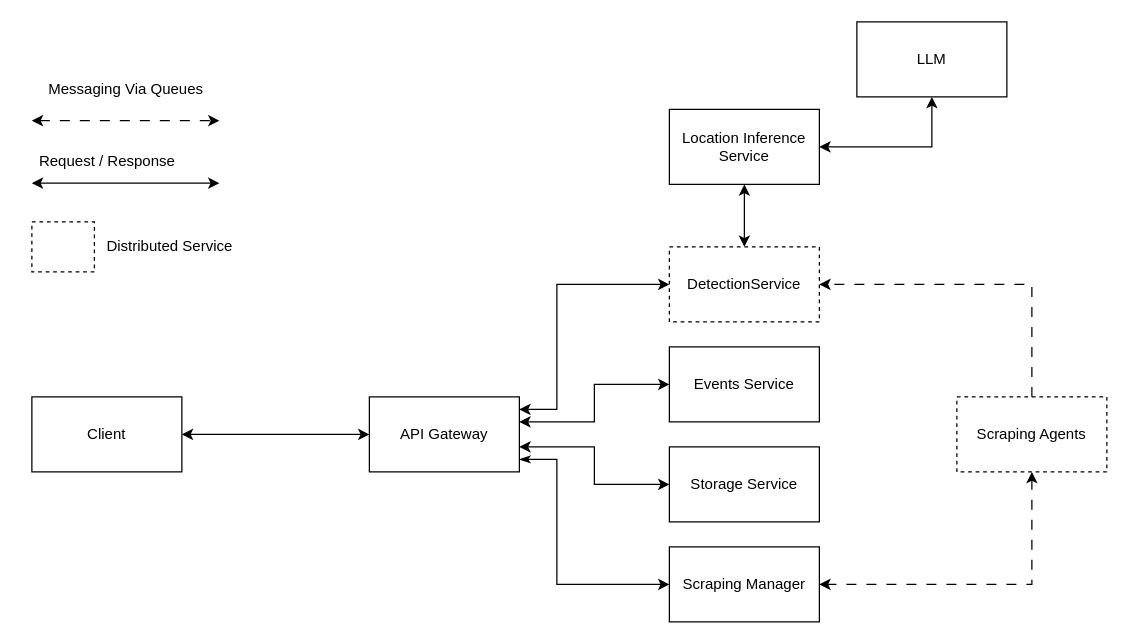
Before: page "Design-2" (4 of 12) of System Design/System Architecture.drawio in HasanKhadd0ur/GPDocs, a draw.io diagram. Source tidied: cells renumbered, new cells numbered last; positions are measured from the earlier drawing's top-left corner, leaving out a move shared by most shapes. Both pictures are drawn from the tidied source at 125%, with x=0, y=0 at pixel (25, 21).
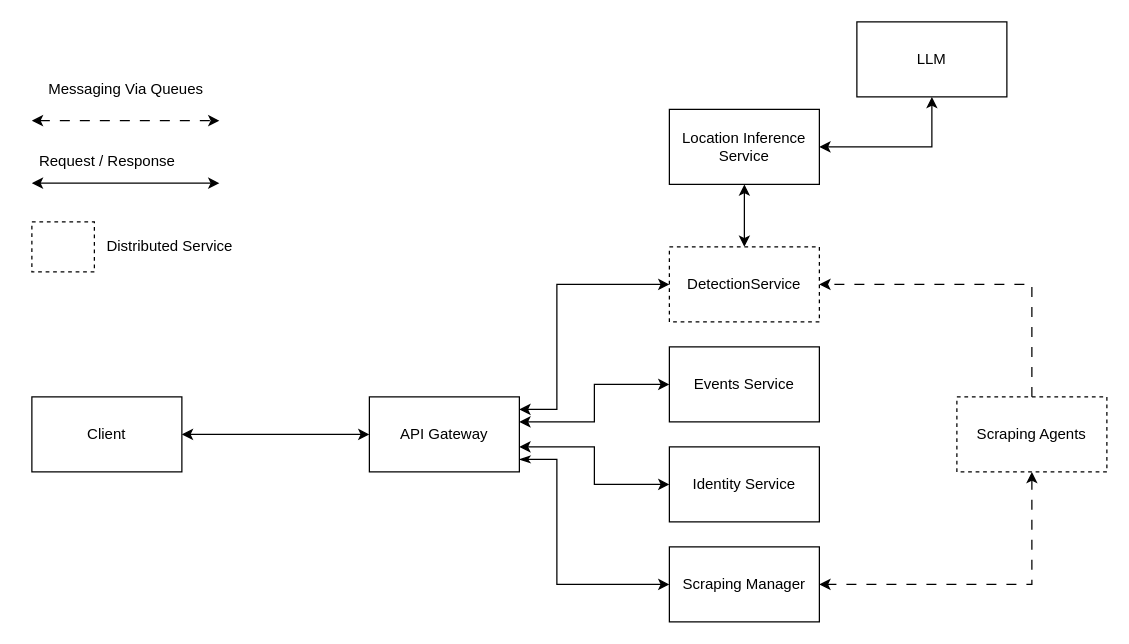
The same page after the edit.

Change to the diagram source:
```diff
@@
-    <mxCell id="11" value="Storage Service" style="rounded=0;whiteSpace=wrap;html=1;" parent="1" vertex="1">
+    <mxCell id="11" value="Identity Service" style="rounded=0;whiteSpace=wrap;html=1;" parent="1" vertex="1">
       <mxGeometry x="515" y="340" width="120" height="60" as="geometry" />
     </mxCell>
```
